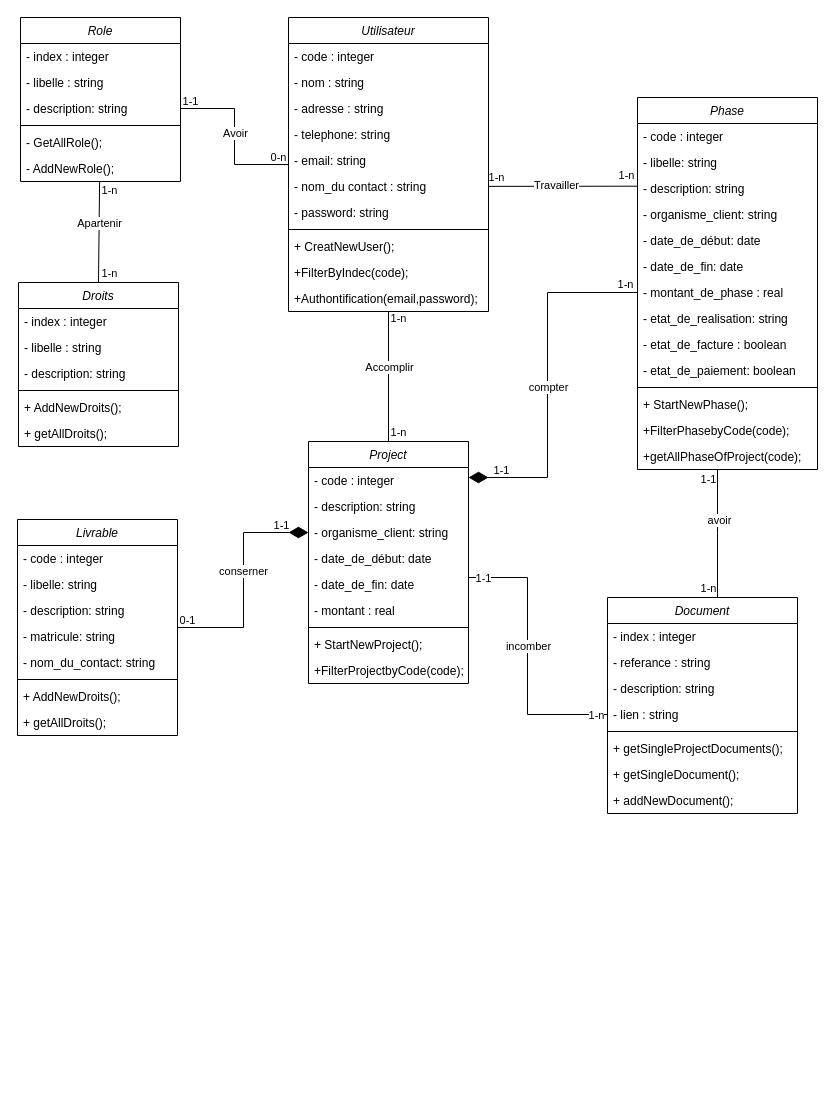
Earlier version of the draw.io diagram conseption/classe Diagram source file.drawio (ismailmnifl/SYST-ME-DE-SUIVI-DE-PROJETS). Source tidied: cells renumbered, new cells numbered last; positions are measured from the earlier drawing's top-left corner, leaving out a move shared by most shapes. Both pictures are drawn from the tidied source at 100%, with x=0, y=0 at pixel (17, 17).
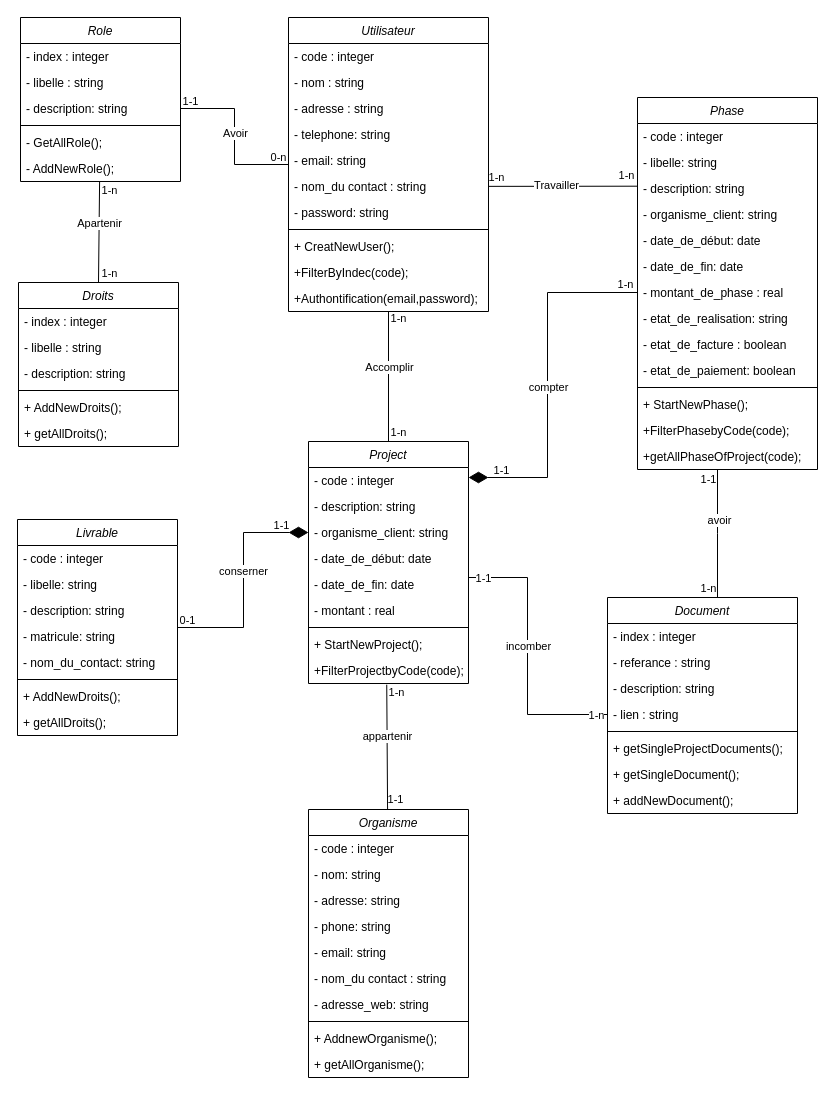
The same diagram, later.

Commit message (it also covers changes not shown here):
added the organisme classe and created the table also created the project organisme relation in the diagram and also in the postgeSQL database

The change refers to these unchanged cells:
```xml
<mxCell id="56" value="+FilterProjectbyCode(code);" style="text;align=left;verticalAlign=top;spacingLeft=4;spacingRight=4;overflow=hidden;points=[[0,0.5],[1,0.5]];portConstraint=eastwest;rounded=0;shadow=0;html=0;" parent="47" vertex="1">
  <mxGeometry y="216" width="160" height="26" as="geometry" />
</mxCell>
```

What changed in the source:
```diff
@@
+    <mxCell id="103" style="rounded=0;jettySize=auto;html=1;entryX=0.489;entryY=1.046;entryDx=0;entryDy=0;entryPerimeter=0;endArrow=none;endFill=0;" parent="1" edge="1" source="107" target="56">
+      <mxGeometry relative="1" as="geometry" />
+    </mxCell>
+    <mxCell id="104" value="1-n" style="edgeLabel;html=1;align=center;verticalAlign=middle;" parent="103" vertex="1">
+      <mxGeometry x="0.77" y="1" relative="1" as="geometry">
+        <mxPoint x="10" y="-8" as="offset" />
+      </mxGeometry>
+    </mxCell>
+    <mxCell id="105" value="1-1" style="edgeLabel;html=1;align=center;verticalAlign=middle;" parent="103" vertex="1">
+      <mxGeometry x="-0.75" y="-2" relative="1" as="geometry">
+        <mxPoint x="6" y="6" as="offset" />
+      </mxGeometry>
+    </mxCell>
+    <mxCell id="106" value="appartenir" style="edgeLabel;html=1;align=center;verticalAlign=middle;" parent="103" vertex="1">
+      <mxGeometry x="0.19" relative="1" as="geometry" />
+    </mxCell>
+    <mxCell id="107" value="Organisme" style="swimlane;fontStyle=2;align=center;verticalAlign=top;horizontal=1;startSize=26;rounded=0;shadow=0;strokeWidth=1;" parent="1" vertex="1">
+      <mxGeometry x="291" y="792" width="160" height="268" as="geometry" />
+    </mxCell>
+    <mxCell id="108" value="- code : integer" style="text;align=left;verticalAlign=top;spacingLeft=4;spacingRight=4;overflow=hidden;" parent="107" vertex="1">
+      <mxGeometry y="26" width="160" height="26" as="geometry" />
+    </mxCell>
+    <mxCell id="109" value="- nom: string" style="text;align=left;verticalAlign=top;spacingLeft=4;spacingRight=4;overflow=hidden;rounded=0;shadow=0;html=1;" parent="107" vertex="1">
+      <mxGeometry y="52" width="160" height="26" as="geometry" />
+    </mxCell>
+    <mxCell id="110" value="-&amp;nbsp;adresse: string" style="text;align=left;verticalAlign=top;spacingLeft=4;spacingRight=4;overflow=hidden;rounded=0;shadow=0;html=1;" parent="107" vertex="1">
+      <mxGeometry y="78" width="160" height="26" as="geometry" />
+    </mxCell>
+    <mxCell id="111" value="- phone: string" style="text;align=left;verticalAlign=top;spacingLeft=4;spacingRight=4;overflow=hidden;rounded=0;shadow=0;html=1;" parent="107" vertex="1">
+      <mxGeometry y="104" width="160" height="26" as="geometry" />
+    </mxCell>
+    <mxCell id="112" value="- email: string" style="text;align=left;verticalAlign=top;spacingLeft=4;spacingRight=4;overflow=hidden;rounded=0;shadow=0;html=0;" parent="107" vertex="1">
+      <mxGeometry y="130" width="160" height="26" as="geometry" />
+    </mxCell>
+    <mxCell id="113" value="- nom_du contact : string" style="text;align=left;verticalAlign=top;spacingLeft=4;spacingRight=4;overflow=hidden;rounded=0;shadow=0;html=0;" parent="107" vertex="1">
+      <mxGeometry y="156" width="160" height="26" as="geometry" />
+    </mxCell>
+    <mxCell id="114" value="- adresse_web: string" style="text;align=left;verticalAlign=top;spacingLeft=4;spacingRight=4;overflow=hidden;rounded=0;shadow=0;html=0;" parent="107" vertex="1">
+      <mxGeometry y="182" width="160" height="26" as="geometry" />
+    </mxCell>
+    <mxCell id="115" style="line;html=1;strokeWidth=1;align=left;verticalAlign=middle;spacingTop=-1;spacingLeft=3;spacingRight=3;labelPosition=right;" parent="107" vertex="1">
+      <mxGeometry y="208" width="160" height="8" as="geometry" />
+    </mxCell>
+    <mxCell id="116" value="+ AddnewOrganisme();" style="text;align=left;verticalAlign=top;spacingLeft=4;spacingRight=4;overflow=hidden;rounded=0;shadow=0;html=0;" parent="107" vertex="1">
+      <mxGeometry y="216" width="160" height="26" as="geometry" />
+    </mxCell>
+    <mxCell id="117" value="+ getAllOrganisme();" style="text;align=left;verticalAlign=top;spacingLeft=4;spacingRight=4;overflow=hidden;rounded=0;shadow=0;html=0;" parent="107" vertex="1">
+      <mxGeometry y="242" width="160" height="26" as="geometry" />
+    </mxCell>
```
